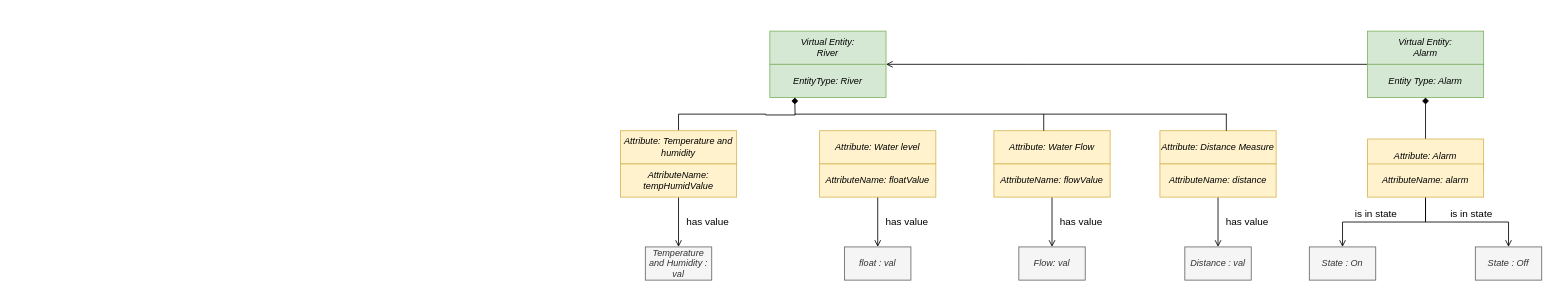
This is editable_diagrams/Step4.drawio from reshma58/IOT_ProjectReport, a draw.io file, before an edit. Source tidied: cells renumbered, new cells numbered last; positions are measured from the earlier drawing's top-left corner, leaving out a move shared by most shapes. Both pictures are drawn from the tidied source at 83%, with x=0, y=0 at pixel (620, 31).
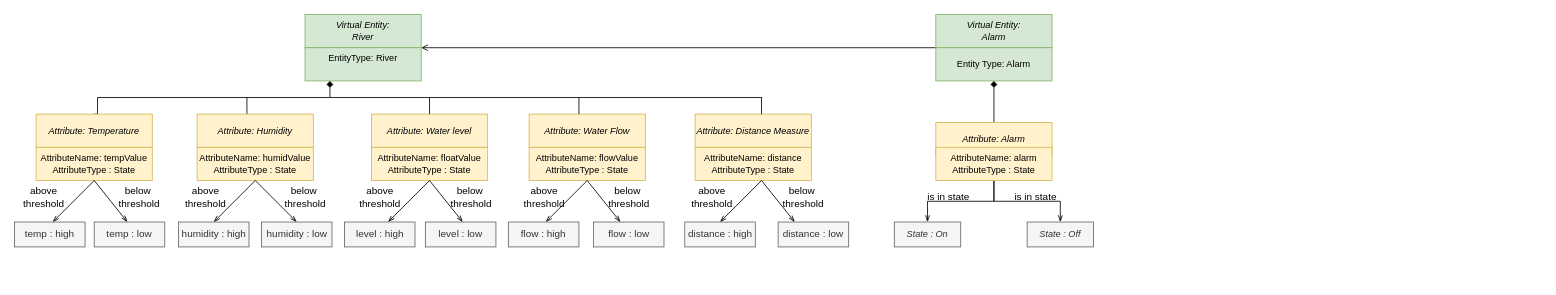
The same page after the edit.

Change to the diagram source:
```diff
@@
     <mxCell id="2" value="Virtual Entity:&lt;br style=&quot;font-size: 11px&quot;&gt;River" style="rounded=0;whiteSpace=wrap;html=1;fontStyle=2;fillColor=#d5e8d4;strokeColor=#82b366;fontSize=11;" parent="1" vertex="1">
-      <mxGeometry x="180" width="140" height="40" as="geometry" />
+      <mxGeometry x="-380" y="-20" width="140" height="40" as="geometry" />
     </mxCell>
-    <mxCell id="3" value="EntityType: River" style="rounded=0;whiteSpace=wrap;html=1;fontStyle=2;fillColor=#d5e8d4;strokeColor=#82b366;fontSize=11;" parent="1" vertex="1">
-      <mxGeometry x="180" y="40" width="140" height="40" as="geometry" />
+    <mxCell id="3" value="&lt;span style=&quot;font-style: normal&quot;&gt;EntityType: River&lt;br&gt;&lt;br&gt;&lt;/span&gt;" style="rounded=0;whiteSpace=wrap;html=1;fontStyle=2;fillColor=#d5e8d4;strokeColor=#82b366;fontSize=11;" parent="1" vertex="1">
+      <mxGeometry x="-380" y="20" width="140" height="40" as="geometry" />
     </mxCell>
     <mxCell id="4" style="edgeStyle=orthogonalEdgeStyle;rounded=0;jettySize=auto;html=1;exitX=0;exitY=1;exitDx=0;exitDy=0;entryX=1;entryY=1;entryDx=0;entryDy=0;endArrow=open;endFill=0;" parent="1" edge="1" source="5" target="2">
       <mxGeometry relative="1" as="geometry">
         <Array as="points">
-          <mxPoint x="490" y="40" />
-          <mxPoint x="490" y="40" />
+          <mxPoint x="-70" y="20" />
+          <mxPoint x="-70" y="20" />
         </Array>
       </mxGeometry>
     </mxCell>
     <mxCell id="5" value="Virtual Entity:&lt;br style=&quot;font-size: 11px&quot;&gt;Alarm" style="rounded=0;whiteSpace=wrap;html=1;fontStyle=2;fillColor=#d5e8d4;strokeColor=#82b366;fontSize=11;" parent="1" vertex="1">
-      <mxGeometry x="900" width="140" height="40" as="geometry" />
+      <mxGeometry x="380" y="-20" width="140" height="40" as="geometry" />
     </mxCell>
-    <mxCell id="6" value="Entity Type: Alarm" style="rounded=0;whiteSpace=wrap;html=1;fontStyle=2;fillColor=#d5e8d4;strokeColor=#82b366;fontSize=11;" parent="1" vertex="1">
-      <mxGeometry x="900" y="40" width="140" height="40" as="geometry" />
+    <mxCell id="6" value="&lt;span style=&quot;font-style: normal&quot;&gt;Entity Type: Alarm&lt;br&gt;&lt;/span&gt;" style="rounded=0;whiteSpace=wrap;html=1;fontStyle=2;fillColor=#d5e8d4;strokeColor=#82b366;fontSize=11;" parent="1" vertex="1">
+      <mxGeometry x="380" y="20" width="140" height="40" as="geometry" />
     </mxCell>
     <mxCell id="7" value="Attribute: Water Flow" style="rounded=0;whiteSpace=wrap;html=1;fontStyle=2;fillColor=#fff2cc;strokeColor=#d6b656;fontSize=11;" parent="1" vertex="1">
-      <mxGeometry x="450" y="120" width="140" height="40" as="geometry" />
+      <mxGeometry x="-110" y="100" width="140" height="40" as="geometry" />
     </mxCell>
-    <mxCell id="8" style="edgeStyle=orthogonalEdgeStyle;rounded=0;jettySize=auto;html=1;exitX=0.5;exitY=1;exitDx=0;exitDy=0;entryX=0.5;entryY=0;entryDx=0;entryDy=0;endArrow=open;endFill=0;" parent="1" edge="1" source="9" target="24">
-      <mxGeometry relative="1" as="geometry" />
-    </mxCell>
-    <mxCell id="9" value="AttributeName: flowValue" style="rounded=0;whiteSpace=wrap;html=1;fontStyle=2;fillColor=#fff2cc;strokeColor=#d6b656;fontSize=11;" parent="1" vertex="1">
-      <mxGeometry x="450" y="160" width="140" height="40" as="geometry" />
+    <mxCell id="9" value="&lt;span style=&quot;font-style: normal&quot;&gt;AttributeName: flowValue&lt;br&gt;AttributeType : State&lt;/span&gt;" style="rounded=0;whiteSpace=wrap;html=1;fontStyle=2;fillColor=#fff2cc;strokeColor=#d6b656;fontSize=11;" parent="1" vertex="1">
+      <mxGeometry x="-110" y="140" width="140" height="40" as="geometry" />
     </mxCell>
     <mxCell id="10" style="edgeStyle=orthogonalEdgeStyle;rounded=0;jettySize=auto;html=1;exitX=0.5;exitY=0;exitDx=0;exitDy=0;entryX=0.5;entryY=1;entryDx=0;entryDy=0;endArrow=diamond;endFill=1;" parent="1" edge="1" source="11">
       <mxGeometry relative="1" as="geometry">
-        <mxPoint x="210" y="80" as="targetPoint" />
+        <mxPoint x="-350" y="60" as="targetPoint" />
+        <Array as="points">
+          <mxPoint x="-630" y="100" />
+          <mxPoint x="-630" y="80" />
+          <mxPoint x="-350" y="80" />
+        </Array>
       </mxGeometry>
     </mxCell>
-    <mxCell id="11" value="Attribute: Temperature and humidity" style="rounded=0;whiteSpace=wrap;html=1;fontStyle=2;fillColor=#fff2cc;strokeColor=#d6b656;fontSize=11;" parent="1" vertex="1">
-      <mxGeometry y="120" width="140" height="40" as="geometry" />
+    <mxCell id="11" value="Attribute: Temperature" style="rounded=0;whiteSpace=wrap;html=1;fontStyle=2;fillColor=#fff2cc;strokeColor=#d6b656;fontSize=11;" parent="1" vertex="1">
+      <mxGeometry x="-704" y="100" width="140" height="40" as="geometry" />
     </mxCell>
-    <mxCell id="12" style="edgeStyle=orthogonalEdgeStyle;rounded=0;jettySize=auto;html=1;exitX=0.5;exitY=1;exitDx=0;exitDy=0;entryX=0.5;entryY=0;entryDx=0;entryDy=0;endArrow=open;endFill=0;" parent="1" edge="1" source="13" target="22">
-      <mxGeometry relative="1" as="geometry" />
-    </mxCell>
-    <mxCell id="13" value="AttributeName: tempHumidValue" style="rounded=0;whiteSpace=wrap;html=1;fontStyle=2;fillColor=#fff2cc;strokeColor=#d6b656;fontSize=11;" parent="1" vertex="1">
-      <mxGeometry y="160" width="140" height="40" as="geometry" />
+    <mxCell id="13" value="&lt;span style=&quot;font-style: normal&quot;&gt;AttributeName: tempValue&lt;br&gt;AttributeType : State&lt;/span&gt;" style="rounded=0;whiteSpace=wrap;html=1;fontStyle=2;fillColor=#fff2cc;strokeColor=#d6b656;fontSize=11;" parent="1" vertex="1">
+      <mxGeometry x="-704" y="140" width="140" height="40" as="geometry" />
     </mxCell>
     <mxCell id="14" value="Attribute: Water level" style="rounded=0;whiteSpace=wrap;html=1;fontStyle=2;fillColor=#fff2cc;strokeColor=#d6b656;fontSize=11;" parent="1" vertex="1">
-      <mxGeometry x="240" y="120" width="140" height="40" as="geometry" />
+      <mxGeometry x="-300" y="100" width="140" height="40" as="geometry" />
     </mxCell>
-    <mxCell id="15" style="edgeStyle=orthogonalEdgeStyle;rounded=0;jettySize=auto;html=1;exitX=0.5;exitY=1;exitDx=0;exitDy=0;entryX=0.5;entryY=0;entryDx=0;entryDy=0;endArrow=open;endFill=0;" parent="1" edge="1" source="16" target="23">
-      <mxGeometry relative="1" as="geometry" />
-    </mxCell>
-    <mxCell id="16" value="AttributeName: floatValue" style="rounded=0;whiteSpace=wrap;html=1;fontStyle=2;fillColor=#fff2cc;strokeColor=#d6b656;fontSize=11;" parent="1" vertex="1">
-      <mxGeometry x="240" y="160" width="140" height="40" as="geometry" />
+    <mxCell id="16" value="&lt;span style=&quot;font-style: normal&quot;&gt;AttributeName: floatValue&lt;br&gt;AttributeType : State&lt;/span&gt;" style="rounded=0;whiteSpace=wrap;html=1;fontStyle=2;fillColor=#fff2cc;strokeColor=#d6b656;fontSize=11;" parent="1" vertex="1">
+      <mxGeometry x="-300" y="140" width="140" height="40" as="geometry" />
     </mxCell>
@@
     <mxCell id="18" value="Attribute: Alarm" style="rounded=0;whiteSpace=wrap;html=1;fontStyle=2;fillColor=#fff2cc;strokeColor=#d6b656;fontSize=11;" parent="1" vertex="1">
-      <mxGeometry x="900" y="130" width="140" height="40" as="geometry" />
+      <mxGeometry x="380" y="110" width="140" height="40" as="geometry" />
     </mxCell>
-    <mxCell id="19" style="edgeStyle=orthogonalEdgeStyle;rounded=0;jettySize=auto;html=1;exitX=0.5;exitY=1;exitDx=0;exitDy=0;entryX=0.5;entryY=0;entryDx=0;entryDy=0;endArrow=open;endFill=0;" parent="1" edge="1" source="21" target="25">
+    <mxCell id="19" style="edgeStyle=orthogonalEdgeStyle;rounded=0;jettySize=auto;html=1;exitX=0.5;exitY=1;exitDx=0;exitDy=0;entryX=0.5;entryY=0;entryDx=0;entryDy=0;endArrow=openThin;endFill=0;" parent="1" edge="1" source="21" target="25">
       <mxGeometry relative="1" as="geometry" />
     </mxCell>
-    <mxCell id="20" style="edgeStyle=orthogonalEdgeStyle;rounded=0;jettySize=auto;html=1;exitX=0.5;exitY=1;exitDx=0;exitDy=0;entryX=0.5;entryY=0;entryDx=0;entryDy=0;endArrow=open;endFill=0;" parent="1" edge="1" source="21" target="26">
+    <mxCell id="20" style="edgeStyle=orthogonalEdgeStyle;rounded=0;jettySize=auto;html=1;exitX=0.5;exitY=1;exitDx=0;exitDy=0;entryX=0.5;entryY=0;entryDx=0;entryDy=0;endArrow=openThin;endFill=0;" parent="1" edge="1" source="21" target="26">
       <mxGeometry relative="1" as="geometry" />
     </mxCell>
-    <mxCell id="21" value="AttributeName: alarm" style="rounded=0;whiteSpace=wrap;html=1;fontStyle=2;fillColor=#fff2cc;strokeColor=#d6b656;fontSize=11;" parent="1" vertex="1">
-      <mxGeometry x="900" y="160" width="140" height="40" as="geometry" />
+    <mxCell id="21" value="&lt;span style=&quot;font-style: normal&quot;&gt;AttributeName: alarm&lt;br&gt;AttributeType : State&lt;/span&gt;" style="rounded=0;whiteSpace=wrap;html=1;fontStyle=2;fillColor=#fff2cc;strokeColor=#d6b656;fontSize=11;" parent="1" vertex="1">
+      <mxGeometry x="380" y="140" width="140" height="40" as="geometry" />
     </mxCell>
-    <mxCell id="22" value="Temperature and Humidity : val" style="rounded=0;whiteSpace=wrap;html=1;fontStyle=2;fillColor=#f5f5f5;strokeColor=#666666;fontColor=#333333;fontSize=11;" parent="1" vertex="1">
-      <mxGeometry x="30" y="260" width="80" height="40" as="geometry" />
-    </mxCell>
-    <mxCell id="23" value="float : val" style="rounded=0;whiteSpace=wrap;html=1;fontStyle=2;fillColor=#f5f5f5;strokeColor=#666666;fontColor=#333333;fontSize=11;" parent="1" vertex="1">
-      <mxGeometry x="270" y="260" width="80" height="40" as="geometry" />
-    </mxCell>
-    <mxCell id="24" value="Flow: val" style="rounded=0;whiteSpace=wrap;html=1;fontStyle=2;fillColor=#f5f5f5;strokeColor=#666666;fontColor=#333333;fontSize=11;" parent="1" vertex="1">
-      <mxGeometry x="480" y="260" width="80" height="40" as="geometry" />
-    </mxCell>
     <mxCell id="25" value="State : On" style="rounded=0;whiteSpace=wrap;html=1;fontStyle=2;fillColor=#f5f5f5;strokeColor=#666666;fontColor=#333333;fontSize=11;" parent="1" vertex="1">
-      <mxGeometry x="830" y="260" width="80" height="40" as="geometry" />
+      <mxGeometry x="330" y="230" width="80" height="30" as="geometry" />
     </mxCell>
     <mxCell id="26" value="State : Off" style="rounded=0;whiteSpace=wrap;html=1;fontStyle=2;fillColor=#f5f5f5;strokeColor=#666666;fontColor=#333333;fontSize=11;" parent="1" vertex="1">
-      <mxGeometry x="1030" y="260" width="80" height="40" as="geometry" />
+      <mxGeometry x="490" y="230" width="80" height="30" as="geometry" />
     </mxCell>
     <mxCell id="27" value="Attribute: Distance Measure" style="rounded=0;whiteSpace=wrap;html=1;fontStyle=2;fillColor=#fff2cc;strokeColor=#d6b656;fontSize=11;" parent="1" vertex="1">
-      <mxGeometry x="650" y="120" width="140" height="40" as="geometry" />
+      <mxGeometry x="90" y="100" width="140" height="40" as="geometry" />
     </mxCell>
-    <mxCell id="28" style="edgeStyle=orthogonalEdgeStyle;rounded=0;jettySize=auto;html=1;exitX=0.5;exitY=1;exitDx=0;exitDy=0;entryX=0.5;entryY=0;entryDx=0;entryDy=0;endArrow=open;endFill=0;" parent="1" edge="1" source="29" target="30">
-      <mxGeometry relative="1" as="geometry" />
-    </mxCell>
-    <mxCell id="29" value="AttributeName: distance" style="rounded=0;whiteSpace=wrap;html=1;fontStyle=2;fillColor=#fff2cc;strokeColor=#d6b656;fontSize=11;" parent="1" vertex="1">
-      <mxGeometry x="650" y="160" width="140" height="40" as="geometry" />
+    <mxCell id="29" value="&lt;span style=&quot;font-style: normal&quot;&gt;AttributeName: distance&lt;br&gt;AttributeType : State&lt;/span&gt;" style="rounded=0;whiteSpace=wrap;html=1;fontStyle=2;fillColor=#fff2cc;strokeColor=#d6b656;fontSize=11;" parent="1" vertex="1">
+      <mxGeometry x="90" y="140" width="140" height="40" as="geometry" />
     </mxCell>
-    <mxCell id="30" value="Distance : val" style="rounded=0;whiteSpace=wrap;html=1;fontStyle=2;fillColor=#f5f5f5;strokeColor=#666666;fontColor=#333333;fontSize=11;" parent="1" vertex="1">
-      <mxGeometry x="680" y="260" width="80" height="40" as="geometry" />
-    </mxCell>
     <mxCell id="31" style="endArrow=none;html=1;" parent="1" edge="1">
       <mxGeometry relative="1" as="geometry">
-        <mxPoint x="210" y="100" as="sourcePoint" />
-        <mxPoint x="730.7" y="100" as="targetPoint" />
+        <mxPoint x="-350" y="80" as="sourcePoint" />
+        <mxPoint x="170.7" y="80" as="targetPoint" />
       </mxGeometry>
     </mxCell>
     <mxCell id="32" style="endArrow=none;html=1;" parent="1" edge="1">
       <mxGeometry relative="1" as="geometry">
-        <mxPoint x="510" y="120" as="sourcePoint" />
-        <mxPoint x="510" y="100" as="targetPoint" />
+        <mxPoint x="-50" y="100" as="sourcePoint" />
+        <mxPoint x="-50" y="80" as="targetPoint" />
       </mxGeometry>
     </mxCell>
     <mxCell id="33" style="endArrow=none;html=1;" parent="1" edge="1">
       <mxGeometry relative="1" as="geometry">
-        <mxPoint x="730" y="120" as="sourcePoint" />
-        <mxPoint x="730" y="100" as="targetPoint" />
+        <mxPoint x="170" y="100" as="sourcePoint" />
+        <mxPoint x="170" y="80" as="targetPoint" />
       </mxGeometry>
     </mxCell>
-    <mxCell id="34" value="has value" style="text;html=1;align=center;verticalAlign=middle;" parent="1" vertex="1">
-      <mxGeometry x="70" y="220" width="70" height="20" as="geometry" />
-    </mxCell>
-    <mxCell id="35" value="has value" style="text;html=1;align=center;verticalAlign=middle;" parent="1" vertex="1">
-      <mxGeometry x="310" y="220" width="70" height="20" as="geometry" />
-    </mxCell>
-    <mxCell id="36" value="has value" style="text;html=1;align=center;verticalAlign=middle;" parent="1" vertex="1">
-      <mxGeometry x="520" y="220" width="70" height="20" as="geometry" />
-    </mxCell>
-    <mxCell id="37" value="has value" style="text;html=1;align=center;verticalAlign=middle;" parent="1" vertex="1">
-      <mxGeometry x="720" y="220" width="70" height="20" as="geometry" />
-    </mxCell>
     <mxCell id="38" value="is in state" style="text;html=1;align=center;verticalAlign=middle;" parent="1" vertex="1">
-      <mxGeometry x="875" y="210" width="70" height="20" as="geometry" />
+      <mxGeometry x="360" y="190" width="70" height="20" as="geometry" />
     </mxCell>
     <mxCell id="39" value="is in state" style="text;html=1;align=center;verticalAlign=middle;" parent="1" vertex="1">
-      <mxGeometry x="990" y="210" width="70" height="20" as="geometry" />
+      <mxGeometry x="465" y="190" width="70" height="20" as="geometry" />
     </mxCell>
+    <mxCell id="40" style="endArrow=none;html=1;exitX=0.5;exitY=0;exitDx=0;exitDy=0;" parent="1" edge="1" source="14">
+      <mxGeometry relative="1" as="geometry">
+        <mxPoint x="-230" y="80" as="targetPoint" />
+      </mxGeometry>
+    </mxCell>
+    <mxCell id="41" style="endArrow=none;html=1;" parent="1" edge="1">
+      <mxGeometry relative="1" as="geometry">
+        <mxPoint x="-450" y="100" as="sourcePoint" />
+        <mxPoint x="-450" y="80" as="targetPoint" />
+      </mxGeometry>
+    </mxCell>
+    <mxCell id="42" value="Attribute: Humidity" style="rounded=0;whiteSpace=wrap;html=1;fontStyle=2;fillColor=#fff2cc;strokeColor=#d6b656;fontSize=11;" parent="1" vertex="1">
+      <mxGeometry x="-510" y="100" width="140" height="40" as="geometry" />
+    </mxCell>
+    <mxCell id="43" value="&lt;span style=&quot;font-style: normal&quot;&gt;AttributeName: humidValue&lt;br&gt;AttributeType : State&lt;/span&gt;" style="rounded=0;whiteSpace=wrap;html=1;fontStyle=2;fillColor=#fff2cc;strokeColor=#d6b656;fontSize=11;" parent="1" vertex="1">
+      <mxGeometry x="-510" y="140" width="140" height="40" as="geometry" />
+    </mxCell>
+    <mxCell id="44" style="endArrow=openThin;html=1;exitX=0.5;exitY=1;exitDx=0;exitDy=0;endFill=0;" parent="1" edge="1" source="13">
+      <mxGeometry relative="1" as="geometry">
+        <mxPoint x="-684" y="230" as="targetPoint" />
+      </mxGeometry>
+    </mxCell>
+    <mxCell id="45" style="endArrow=openThin;html=1;endFill=0;" parent="1" edge="1">
+      <mxGeometry relative="1" as="geometry">
+        <mxPoint x="-634" y="180" as="sourcePoint" />
+        <mxPoint x="-594" y="230" as="targetPoint" />
+      </mxGeometry>
+    </mxCell>
+    <mxCell id="46" style="endArrow=openThin;html=1;exitX=0.5;exitY=1;exitDx=0;exitDy=0;endFill=0;" parent="1" edge="1" source="43">
+      <mxGeometry relative="1" as="geometry">
+        <mxPoint x="-490" y="230" as="targetPoint" />
+      </mxGeometry>
+    </mxCell>
+    <mxCell id="47" style="endArrow=openThin;html=1;exitX=0.5;exitY=1;exitDx=0;exitDy=0;endFill=0;" parent="1" edge="1" source="43">
+      <mxGeometry relative="1" as="geometry">
+        <mxPoint x="-390" y="230" as="targetPoint" />
+      </mxGeometry>
+    </mxCell>
+    <mxCell id="48" style="endArrow=openThin;html=1;exitX=0.5;exitY=1;exitDx=0;exitDy=0;endFill=0;" parent="1" edge="1">
+      <mxGeometry relative="1" as="geometry">
+        <mxPoint x="-230" y="180" as="sourcePoint" />
+        <mxPoint x="-280" y="230" as="targetPoint" />
+      </mxGeometry>
+    </mxCell>
+    <mxCell id="49" style="endArrow=openThin;html=1;endFill=0;" parent="1" edge="1">
+      <mxGeometry relative="1" as="geometry">
+        <mxPoint x="-230" y="180" as="sourcePoint" />
+        <mxPoint x="-190" y="230" as="targetPoint" />
+      </mxGeometry>
+    </mxCell>
+    <mxCell id="50" style="endArrow=openThin;html=1;exitX=0.5;exitY=1;exitDx=0;exitDy=0;endFill=0;" parent="1" edge="1">
+      <mxGeometry relative="1" as="geometry">
+        <mxPoint x="-40" y="180" as="sourcePoint" />
+        <mxPoint x="-90" y="230" as="targetPoint" />
+      </mxGeometry>
+    </mxCell>
+    <mxCell id="51" style="endArrow=openThin;html=1;endFill=0;" parent="1" edge="1">
+      <mxGeometry relative="1" as="geometry">
+        <mxPoint x="-40" y="180" as="sourcePoint" />
+        <mxPoint y="230" as="targetPoint" />
+      </mxGeometry>
+    </mxCell>
+    <mxCell id="52" style="endArrow=openThin;html=1;exitX=0.5;exitY=1;exitDx=0;exitDy=0;endFill=0;" parent="1" edge="1">
+      <mxGeometry relative="1" as="geometry">
+        <mxPoint x="170" y="180" as="sourcePoint" />
+        <mxPoint x="120" y="230" as="targetPoint" />
+      </mxGeometry>
+    </mxCell>
+    <mxCell id="53" style="endArrow=openThin;html=1;endFill=0;" parent="1" edge="1">
+      <mxGeometry relative="1" as="geometry">
+        <mxPoint x="170" y="180" as="sourcePoint" />
+        <mxPoint x="210" y="230" as="targetPoint" />
+      </mxGeometry>
+    </mxCell>
+    <mxCell id="54" value="above&lt;br&gt;threshold" style="text;html=1;align=center;verticalAlign=middle;" parent="1" vertex="1">
+      <mxGeometry x="-725" y="185" width="60" height="30" as="geometry" />
+    </mxCell>
+    <mxCell id="55" value="above &lt;br&gt;threshold" style="text;html=1;align=center;verticalAlign=middle;" parent="1" vertex="1">
+      <mxGeometry x="-530" y="185" width="60" height="30" as="geometry" />
+    </mxCell>
+    <mxCell id="56" value="above &lt;br&gt;threshold" style="text;html=1;align=center;verticalAlign=middle;" parent="1" vertex="1">
+      <mxGeometry x="-320" y="185" width="60" height="30" as="geometry" />
+    </mxCell>
+    <mxCell id="57" value="above &lt;br&gt;threshold" style="text;html=1;align=center;verticalAlign=middle;" parent="1" vertex="1">
+      <mxGeometry x="-122.5" y="185" width="60" height="30" as="geometry" />
+    </mxCell>
+    <mxCell id="58" value="above &lt;br&gt;threshold" style="text;html=1;align=center;verticalAlign=middle;" parent="1" vertex="1">
+      <mxGeometry x="80" y="185" width="60" height="30" as="geometry" />
+    </mxCell>
+    <mxCell id="59" value="below&amp;nbsp;&lt;br&gt;threshold" style="text;html=1;align=center;verticalAlign=middle;" parent="1" vertex="1">
+      <mxGeometry x="-610" y="185" width="60" height="30" as="geometry" />
+    </mxCell>
+    <mxCell id="60" value="below&amp;nbsp;&lt;br&gt;threshold" style="text;html=1;align=center;verticalAlign=middle;" parent="1" vertex="1">
+      <mxGeometry x="-410" y="185" width="60" height="30" as="geometry" />
+    </mxCell>
+    <mxCell id="61" value="below&amp;nbsp;&lt;br&gt;threshold" style="text;html=1;align=center;verticalAlign=middle;" parent="1" vertex="1">
+      <mxGeometry x="-210" y="185" width="60" height="30" as="geometry" />
+    </mxCell>
+    <mxCell id="62" value="below&amp;nbsp;&lt;br&gt;threshold" style="text;html=1;align=center;verticalAlign=middle;" parent="1" vertex="1">
+      <mxGeometry x="-20" y="185" width="60" height="30" as="geometry" />
+    </mxCell>
+    <mxCell id="63" value="below&amp;nbsp;&lt;br&gt;threshold" style="text;html=1;align=center;verticalAlign=middle;" parent="1" vertex="1">
+      <mxGeometry x="190" y="185" width="60" height="30" as="geometry" />
+    </mxCell>
+    <mxCell id="64" value="temp : high" style="rounded=0;whiteSpace=wrap;html=1;fillColor=#f5f5f5;strokeColor=#666666;fontColor=#333333;" parent="1" vertex="1">
+      <mxGeometry x="-730" y="230" width="85" height="30" as="geometry" />
+    </mxCell>
+    <mxCell id="65" value="temp : low" style="rounded=0;whiteSpace=wrap;html=1;fillColor=#f5f5f5;strokeColor=#666666;fontColor=#333333;" parent="1" vertex="1">
+      <mxGeometry x="-634" y="230" width="85" height="30" as="geometry" />
+    </mxCell>
+    <mxCell id="66" value="humidity : high" style="rounded=0;whiteSpace=wrap;html=1;fillColor=#f5f5f5;strokeColor=#666666;fontColor=#333333;" parent="1" vertex="1">
+      <mxGeometry x="-532.5" y="230" width="85" height="30" as="geometry" />
+    </mxCell>
+    <mxCell id="67" value="humidity : low" style="rounded=0;whiteSpace=wrap;html=1;fillColor=#f5f5f5;strokeColor=#666666;fontColor=#333333;" parent="1" vertex="1">
+      <mxGeometry x="-432.5" y="230" width="85" height="30" as="geometry" />
+    </mxCell>
+    <mxCell id="68" value="level : high" style="rounded=0;whiteSpace=wrap;html=1;fillColor=#f5f5f5;strokeColor=#666666;fontColor=#333333;" parent="1" vertex="1">
+      <mxGeometry x="-332.5" y="230" width="85" height="30" as="geometry" />
+    </mxCell>
+    <mxCell id="69" value="level : low" style="rounded=0;whiteSpace=wrap;html=1;fillColor=#f5f5f5;strokeColor=#666666;fontColor=#333333;" parent="1" vertex="1">
+      <mxGeometry x="-235" y="230" width="85" height="30" as="geometry" />
+    </mxCell>
+    <mxCell id="70" value="flow : high" style="rounded=0;whiteSpace=wrap;html=1;fillColor=#f5f5f5;strokeColor=#666666;fontColor=#333333;" parent="1" vertex="1">
+      <mxGeometry x="-135" y="230" width="85" height="30" as="geometry" />
+    </mxCell>
+    <mxCell id="71" value="flow : low" style="rounded=0;whiteSpace=wrap;html=1;fillColor=#f5f5f5;strokeColor=#666666;fontColor=#333333;" parent="1" vertex="1">
+      <mxGeometry x="-32.5" y="230" width="85" height="30" as="geometry" />
+    </mxCell>
+    <mxCell id="72" value="distance : high" style="rounded=0;whiteSpace=wrap;html=1;fillColor=#f5f5f5;strokeColor=#666666;fontColor=#333333;" parent="1" vertex="1">
+      <mxGeometry x="77.5" y="230" width="85" height="30" as="geometry" />
+    </mxCell>
+    <mxCell id="73" value="distance : low" style="rounded=0;whiteSpace=wrap;html=1;fillColor=#f5f5f5;strokeColor=#666666;fontColor=#333333;" parent="1" vertex="1">
+      <mxGeometry x="190" y="230" width="85" height="30" as="geometry" />
+    </mxCell>
```
